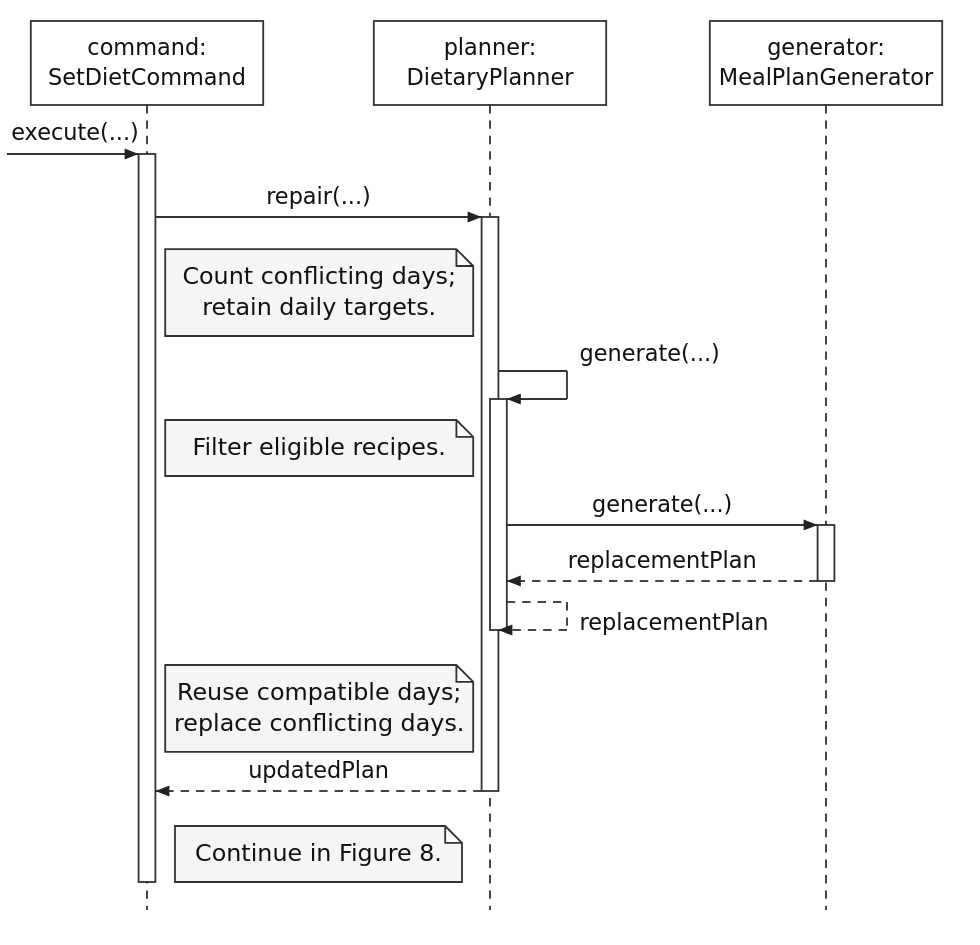
Above: docs/images/peilingggg/dietary/repair.svg in AY2627S1-CS2113-W13-4/tp (PlantUML), before the change. Its source is kept beside it as docs/diagrams/peilingggg/dietary/repair.puml. Source of this version:
```plantuml
@startuml
skinparam backgroundColor white
skinparam defaultFontName SansSerif
skinparam defaultFontSize 17
skinparam shadowing false
skinparam monochrome true
hide footbox
participant "command:\nSetDietCommand" as C
participant "planner:\nDietaryPlanner" as P
participant "generator:\nMealPlanGenerator" as G
[-> C : execute(...)
activate C
C -> P : repair(...)
activate P
note left of P : Count conflicting days;\nretain daily targets.
P -> P : generate(...)
activate P
note left of P : Filter eligible recipes.
P -> G : generate(...)
activate G
G --> P : replacementPlan
deactivate G
P --> P : replacementPlan
deactivate P
note left of P : Reuse compatible days;\nreplace conflicting days.
P --> C : updatedPlan
deactivate P
note right of C : Continue in Figure 8.
deactivate C
@enduml
```
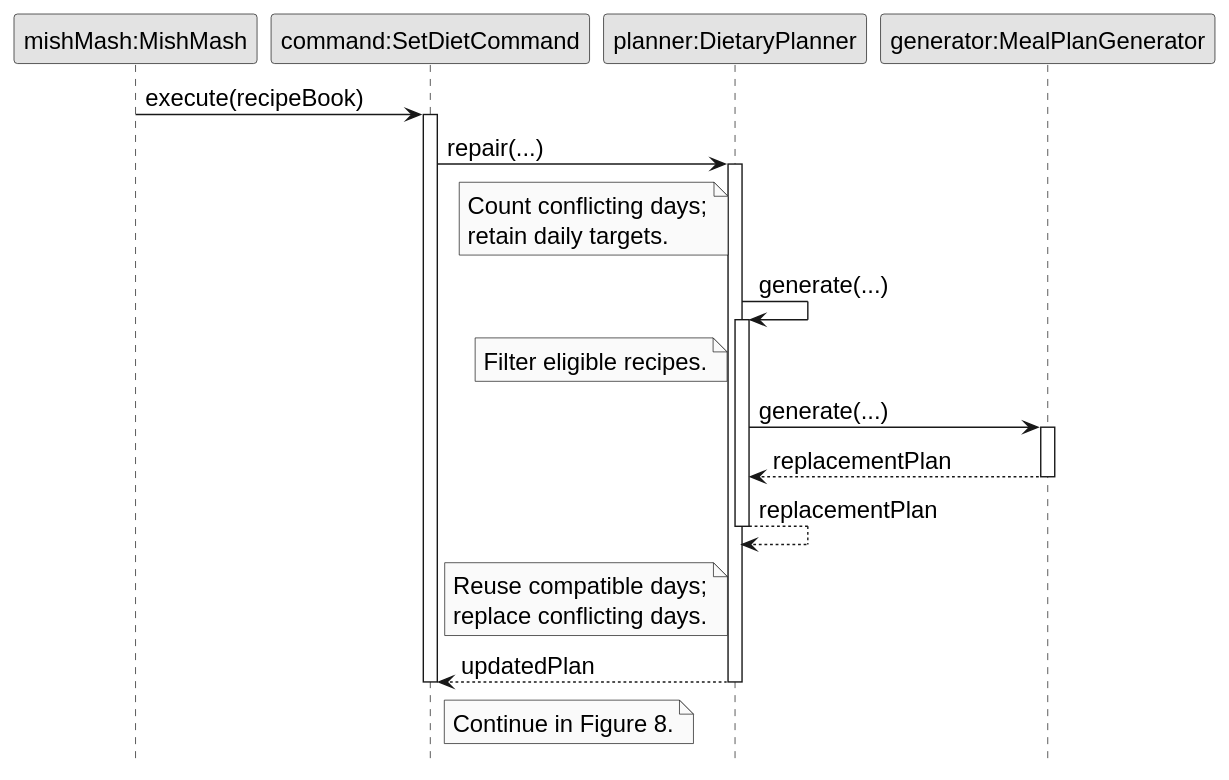
Later version of the same file.

What changed in the source:
```diff
@@ -5,10 +5,11 @@
 skinparam shadowing false
 skinparam monochrome true
 hide footbox
-participant "command:\nSetDietCommand" as C
-participant "planner:\nDietaryPlanner" as P
-participant "generator:\nMealPlanGenerator" as G
-[-> C : execute(...)
+participant "mishMash:MishMash" as App
+participant "command:SetDietCommand" as C
+participant "planner:DietaryPlanner" as P
+participant "generator:MealPlanGenerator" as G
+App -> C : execute(recipeBook)
 activate C
 C -> P : repair(...)
 activate P
```
